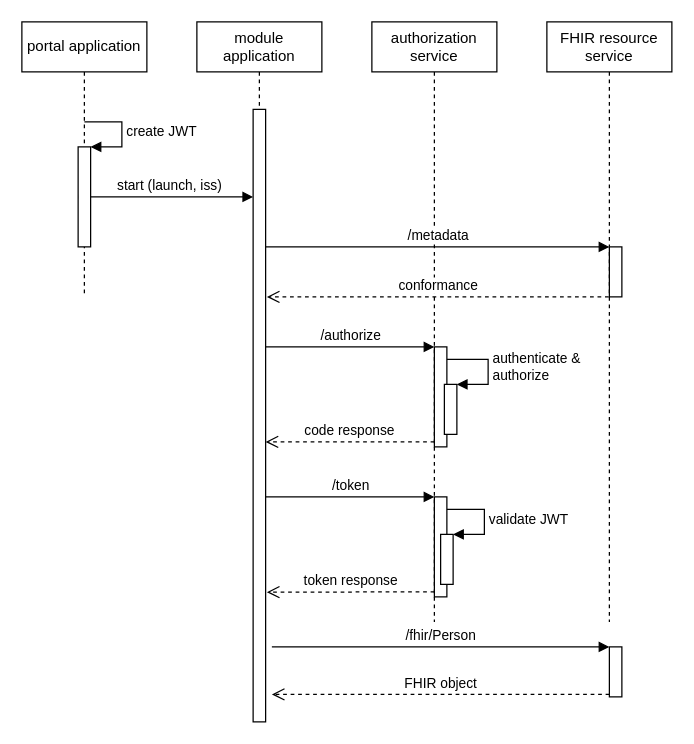
Above: diagrams/SMART HTI on FHIR.drawio in Koppeltaal/Koppeltaal-2.0-SMART-HTI-On-FHIR (draw.io), before the change. Source tidied: cells renumbered, new cells numbered last; positions are measured from the earlier drawing's top-left corner, leaving out a move shared by most shapes. Both pictures are drawn from the tidied source at 125%, with x=0, y=0 at pixel (21, 21).
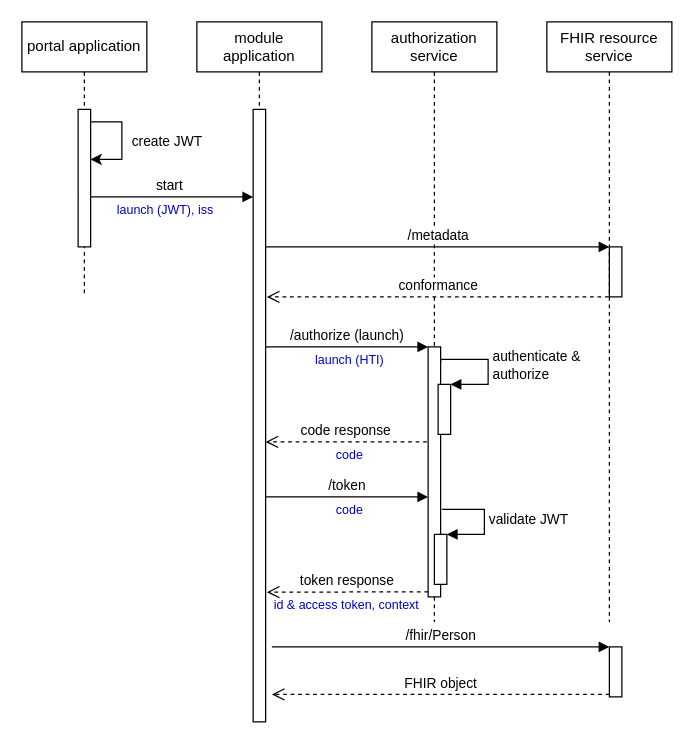
After the change.

What changed in the source:
```diff
@@
-    <mxCell id="5" value="start (launch, iss)" style="html=1;verticalAlign=bottom;startArrow=oval;endArrow=block;startSize=8;" parent="1" edge="1">
+    <mxCell id="5" value="start" style="html=1;verticalAlign=bottom;startArrow=oval;endArrow=block;startSize=8;" parent="1" edge="1">
       <mxGeometry relative="1" as="geometry">
         <mxPoint x="49.5" y="140" as="sourcePoint" />
         <mxPoint x="185" y="140" as="targetPoint" />
         <Array as="points">
           <mxPoint x="140" y="140" />
         </Array>
       </mxGeometry>
     </mxCell>
@@
     <mxCell id="9" style="html=1;points=[];perimeter=orthogonalPerimeter;" parent="1" vertex="1">
-      <mxGeometry x="330" y="260" width="10" height="80" as="geometry" />
+      <mxGeometry x="325" y="260" width="10" height="200" as="geometry" />
     </mxCell>
-    <mxCell id="10" value="/authorize" style="html=1;verticalAlign=bottom;endArrow=block;entryX=0;entryY=0;" parent="1" edge="1" target="9">
+    <mxCell id="10" value="/authorize (launch)" style="html=1;verticalAlign=bottom;endArrow=block;entryX=0;entryY=0;" parent="1" edge="1" target="9">
       <mxGeometry relative="1" as="geometry">
         <mxPoint x="195" y="260" as="sourcePoint" />
       </mxGeometry>
     </mxCell>
-    <mxCell id="11" value="code response" style="html=1;verticalAlign=bottom;endArrow=open;dashed=1;endSize=8;exitX=0;exitY=0.95;" parent="1" edge="1" source="9">
+    <mxCell id="11" value="code response" style="html=1;verticalAlign=bottom;endArrow=open;dashed=1;endSize=8;exitX=-0.1;exitY=0.38;exitDx=0;exitDy=0;exitPerimeter=0;" parent="1" edge="1" source="9">
       <mxGeometry relative="1" as="geometry">
         <mxPoint x="195" y="336" as="targetPoint" />
       </mxGeometry>
     </mxCell>
     <mxCell id="12" style="html=1;points=[];perimeter=orthogonalPerimeter;" parent="1" vertex="1">
-      <mxGeometry x="338" y="290" width="10" height="40" as="geometry" />
+      <mxGeometry x="333" y="290" width="10" height="40" as="geometry" />
     </mxCell>
-    <mxCell id="13" value="authenticate &amp;amp; &lt;br&gt;authorize" style="edgeStyle=orthogonalEdgeStyle;html=1;align=left;spacingLeft=2;endArrow=block;rounded=0;entryX=1;entryY=0;" parent="1" edge="1" target="12">
+    <mxCell id="13" value="authenticate &amp;amp; &lt;br&gt;authorize" style="edgeStyle=orthogonalEdgeStyle;html=1;align=left;spacingLeft=2;endArrow=block;rounded=0;entryX=1;entryY=0;exitX=1;exitY=0.06;exitDx=0;exitDy=0;exitPerimeter=0;" parent="1" edge="1" source="9" target="12">
       <mxGeometry relative="1" as="geometry">
-        <mxPoint x="340" y="270" as="sourcePoint" />
         <Array as="points">
+          <mxPoint x="335" y="270" />
           <mxPoint x="373" y="270" />
+          <mxPoint x="373" y="290" />
         </Array>
       </mxGeometry>
     </mxCell>
-    <mxCell id="14" style="html=1;points=[];perimeter=orthogonalPerimeter;" parent="1" vertex="1">
-      <mxGeometry x="330" y="380" width="10" height="80" as="geometry" />
-    </mxCell>
-    <mxCell id="15" value="/token" style="html=1;verticalAlign=bottom;endArrow=block;entryX=0;entryY=0;" parent="1" edge="1" target="14">
+    <mxCell id="15" value="/token" style="html=1;verticalAlign=bottom;endArrow=block;entryX=0;entryY=0;" parent="1" edge="1">
       <mxGeometry relative="1" as="geometry">
         <mxPoint x="195" y="380" as="sourcePoint" />
+        <mxPoint x="325" y="380" as="targetPoint" />
       </mxGeometry>
     </mxCell>
-    <mxCell id="16" value="token response" style="html=1;verticalAlign=bottom;endArrow=open;dashed=1;endSize=8;exitX=0;exitY=0.95;entryX=1.1;entryY=0.764;entryDx=0;entryDy=0;entryPerimeter=0;" parent="1" edge="1" source="14">
+    <mxCell id="16" value="token response" style="html=1;verticalAlign=bottom;endArrow=open;dashed=1;endSize=8;exitX=0;exitY=0.95;entryX=1.1;entryY=0.764;entryDx=0;entryDy=0;entryPerimeter=0;" parent="1" edge="1">
       <mxGeometry relative="1" as="geometry">
+        <mxPoint x="325" y="456" as="sourcePoint" />
         <mxPoint x="196" y="456.2" as="targetPoint" />
       </mxGeometry>
     </mxCell>
@@
     <mxCell id="20" style="html=1;points=[];perimeter=orthogonalPerimeter;" parent="1" vertex="1">
-      <mxGeometry x="45" y="100" width="10" height="80" as="geometry" />
+      <mxGeometry x="45" y="70" width="10" height="110" as="geometry" />
     </mxCell>
-    <mxCell id="21" value="create JWT" style="edgeStyle=orthogonalEdgeStyle;html=1;align=left;spacingLeft=2;endArrow=block;rounded=0;entryX=1;entryY=0;" parent="1" edge="1" target="20">
-      <mxGeometry relative="1" as="geometry">
-        <mxPoint x="50" y="80" as="sourcePoint" />
-        <Array as="points">
-          <mxPoint x="80" y="80" />
-        </Array>
-      </mxGeometry>
-    </mxCell>
     <mxCell id="22" style="html=1;points=[];perimeter=orthogonalPerimeter;" parent="1" vertex="1">
-      <mxGeometry x="335" y="410" width="10" height="40" as="geometry" />
+      <mxGeometry x="330" y="410" width="10" height="40" as="geometry" />
     </mxCell>
-    <mxCell id="23" value="validate JWT" style="edgeStyle=orthogonalEdgeStyle;html=1;align=left;spacingLeft=2;endArrow=block;rounded=0;entryX=1;entryY=0;" parent="1" edge="1" target="22">
+    <mxCell id="23" value="validate JWT" style="edgeStyle=orthogonalEdgeStyle;html=1;align=left;spacingLeft=2;endArrow=block;rounded=0;entryX=1;entryY=0;exitX=1.1;exitY=0.65;exitDx=0;exitDy=0;exitPerimeter=0;" parent="1" edge="1" source="9" target="22">
       <mxGeometry relative="1" as="geometry">
-        <mxPoint x="340" y="390" as="sourcePoint" />
         <Array as="points">
           <mxPoint x="370" y="390" />
+          <mxPoint x="370" y="410" />
         </Array>
       </mxGeometry>
     </mxCell>
@@
+    <mxCell id="26" value="launch (JWT), iss" style="text;html=1;strokeColor=none;fillColor=none;align=center;verticalAlign=middle;whiteSpace=wrap;rounded=0;fontSize=10;fontColor=#0000CC;" parent="1" vertex="1">
+      <mxGeometry x="45" y="140" width="140" height="20" as="geometry" />
+    </mxCell>
+    <mxCell id="27" value="launch (HTI)" style="text;html=1;strokeColor=none;fillColor=none;align=center;verticalAlign=middle;whiteSpace=wrap;rounded=0;fontSize=10;fontColor=#0000CC;" parent="1" vertex="1">
+      <mxGeometry x="200" y="260" width="125" height="20" as="geometry" />
+    </mxCell>
+    <mxCell id="28" value="code" style="text;html=1;strokeColor=none;fillColor=none;align=center;verticalAlign=middle;whiteSpace=wrap;rounded=0;fontSize=10;fontColor=#0000CC;" parent="1" vertex="1">
+      <mxGeometry x="200" y="336" width="125" height="20" as="geometry" />
+    </mxCell>
+    <mxCell id="29" value="code" style="text;html=1;strokeColor=none;fillColor=none;align=center;verticalAlign=middle;whiteSpace=wrap;rounded=0;fontSize=10;fontColor=#0000CC;" parent="1" vertex="1">
+      <mxGeometry x="200" y="380" width="125" height="20" as="geometry" />
+    </mxCell>
+    <mxCell id="30" value="id &amp;amp; access token, context" style="text;html=1;strokeColor=none;fillColor=none;align=center;verticalAlign=middle;whiteSpace=wrap;rounded=0;fontSize=10;fontColor=#0000CC;" parent="1" vertex="1">
+      <mxGeometry x="195" y="456" width="130" height="20" as="geometry" />
+    </mxCell>
+    <mxCell id="31" style="edgeStyle=orthogonalEdgeStyle;rounded=0;orthogonalLoop=1;jettySize=auto;html=1;" parent="1" edge="1" source="20" target="20">
+      <mxGeometry relative="1" as="geometry">
+        <Array as="points">
+          <mxPoint x="80" y="80" />
+          <mxPoint x="80" y="110" />
+        </Array>
+      </mxGeometry>
+    </mxCell>
+    <mxCell id="21" value="create JWT" style="edgeLabel;html=1;align=center;verticalAlign=middle;" parent="31" vertex="1">
+      <mxGeometry y="2" relative="1" as="geometry">
+        <mxPoint x="33" as="offset" />
+      </mxGeometry>
+    </mxCell>
```
